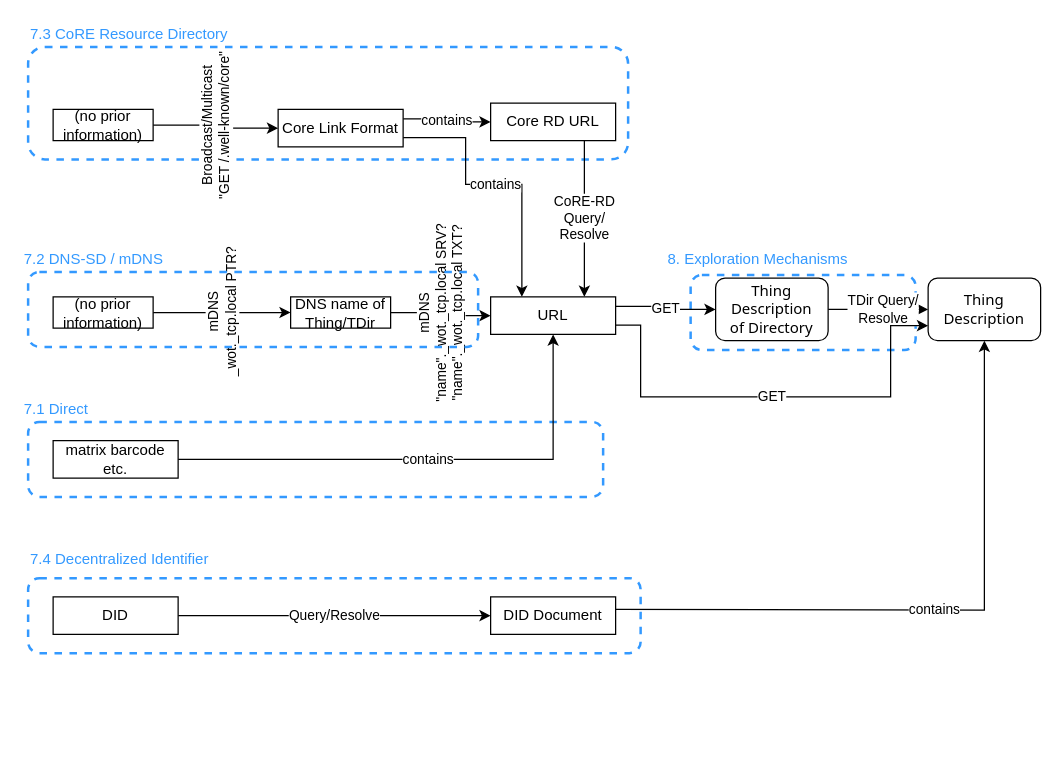
Before: discovery/discovery-lifecycle.drawio in k-toumura/document-for-wot, a draw.io diagram. Source tidied: cells renumbered, new cells numbered last; positions are measured from the earlier drawing's top-left corner, leaving out a move shared by most shapes. Both pictures are drawn from the tidied source at 125%, with x=0, y=0 at pixel (21, 21).
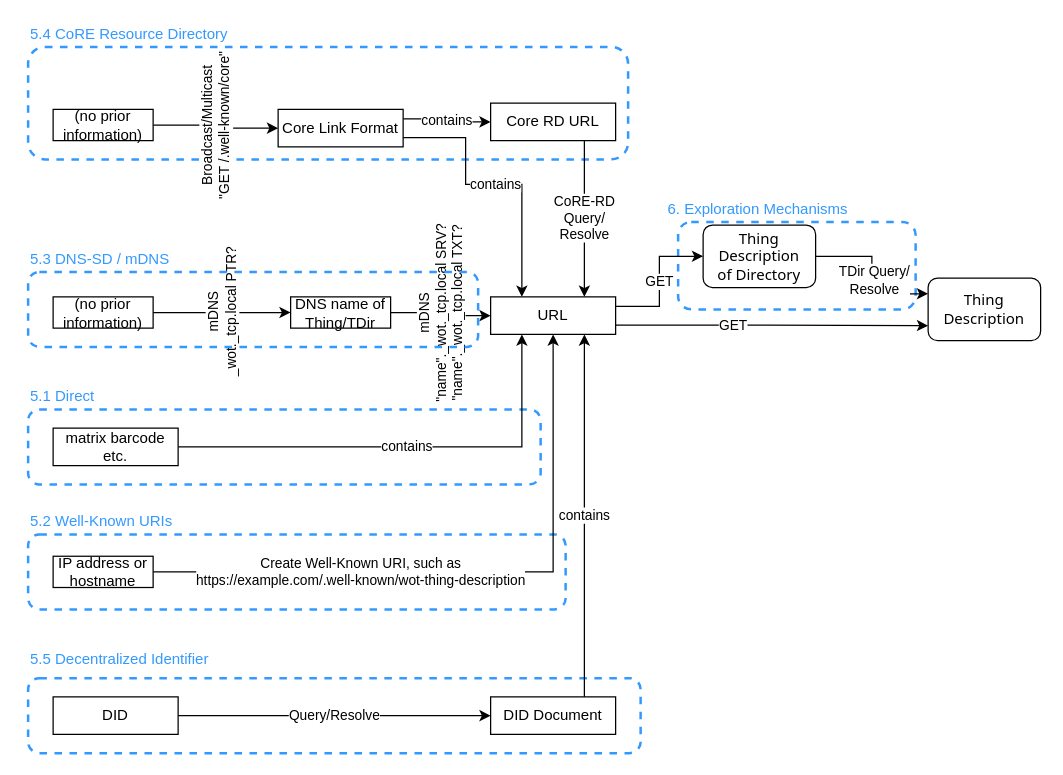
The same page after the edit.

The change refers to these unchanged cells:
```xml
<mxCell id="6" value="&lt;div&gt;Thing&lt;/div&gt;&lt;div&gt;Description&lt;br&gt;&lt;/div&gt;" style="rounded=1;whiteSpace=wrap;html=1;fontFamily=Noto Sans;" parent="1" vertex="1">
  <mxGeometry x="725" y="205" width="90" height="50" as="geometry" />
</mxCell>
<mxCell id="10" value="URL" style="rounded=0;whiteSpace=wrap;html=1;" parent="1" vertex="1">
  <mxGeometry x="375" y="220" width="100" height="30" as="geometry" />
</mxCell>
```

What changed in the source:
```diff
@@
+    <mxCell id="33" style="rounded=1;whiteSpace=wrap;html=1;fillColor=none;strokeWidth=2;dashed=1;strokeColor=#3399FF;" parent="1" vertex="1">
+      <mxGeometry x="5" y="525" width="490" height="60" as="geometry" />
+    </mxCell>
     <mxCell id="2" style="rounded=1;whiteSpace=wrap;html=1;fillColor=none;strokeWidth=2;dashed=1;strokeColor=#3399FF;" parent="1" vertex="1">
-      <mxGeometry x="5" y="320" width="460" height="60" as="geometry" />
+      <mxGeometry x="5" y="310" width="410" height="60" as="geometry" />
     </mxCell>
@@
     <mxCell id="4" style="rounded=1;whiteSpace=wrap;html=1;fillColor=none;strokeWidth=2;dashed=1;strokeColor=#3399FF;" parent="1" vertex="1">
-      <mxGeometry x="535" y="202.5" width="180" height="60" as="geometry" />
+      <mxGeometry x="525" y="160" width="190" height="70" as="geometry" />
     </mxCell>
@@
-    <mxCell id="7" style="edgeStyle=orthogonalEdgeStyle;rounded=0;jettySize=auto;html=1;entryX=0;entryY=0.5;entryDx=0;entryDy=0;exitX=1;exitY=0.5;exitDx=0;exitDy=0;" parent="1" edge="1" source="26" target="6">
+    <mxCell id="7" style="edgeStyle=orthogonalEdgeStyle;rounded=0;jettySize=auto;html=1;entryX=0;entryY=0.25;entryDx=0;entryDy=0;exitX=1;exitY=0.5;exitDx=0;exitDy=0;" parent="1" edge="1" source="26" target="6">
       <mxGeometry relative="1" as="geometry" />
     </mxCell>
@@
     <mxCell id="9" value="&lt;div&gt;GET&lt;/div&gt;" style="edgeStyle=orthogonalEdgeStyle;rounded=0;jettySize=auto;html=1;exitX=1;exitY=0.75;exitDx=0;exitDy=0;" parent="1" edge="1" source="10">
-      <mxGeometry relative="1" as="geometry">
+      <mxGeometry x="-0.25" relative="1" as="geometry">
         <mxPoint x="725" y="243" as="targetPoint" />
         <Array as="points">
-          <mxPoint x="495" y="243" />
-          <mxPoint x="495" y="300" />
-          <mxPoint x="695" y="300" />
-          <mxPoint x="695" y="243" />
+          <mxPoint x="595" y="243" />
+          <mxPoint x="595" y="243" />
         </Array>
       </mxGeometry>
     </mxCell>
@@
     <mxCell id="12" value="DID" style="rounded=0;whiteSpace=wrap;html=1;" parent="1" vertex="1">
-      <mxGeometry x="25" y="460" width="100" height="30" as="geometry" />
+      <mxGeometry x="25" y="540" width="100" height="30" as="geometry" />
     </mxCell>
-    <mxCell id="13" value="contains" style="edgeStyle=orthogonalEdgeStyle;rounded=0;jettySize=auto;html=1;entryX=0.5;entryY=1;entryDx=0;entryDy=0;" parent="1" edge="1" target="6">
-      <mxGeometry relative="1" as="geometry">
-        <mxPoint x="475" y="470" as="sourcePoint" />
-      </mxGeometry>
+    <mxCell id="13" value="contains" style="edgeStyle=orthogonalEdgeStyle;rounded=0;jettySize=auto;html=1;entryX=0.75;entryY=1;entryDx=0;entryDy=0;exitX=0.75;exitY=0;exitDx=0;exitDy=0;" parent="1" edge="1" source="14" target="10">
+      <mxGeometry relative="1" as="geometry" />
     </mxCell>
     <mxCell id="14" value="DID Document" style="rounded=0;whiteSpace=wrap;html=1;" parent="1" vertex="1">
-      <mxGeometry x="375" y="460" width="100" height="30" as="geometry" />
+      <mxGeometry x="375" y="540" width="100" height="30" as="geometry" />
     </mxCell>
@@
-    <mxCell id="24" value="contains" style="edgeStyle=orthogonalEdgeStyle;rounded=0;jettySize=auto;html=1;exitX=1;exitY=0.5;exitDx=0;exitDy=0;entryX=0.5;entryY=1;entryDx=0;entryDy=0;" parent="1" edge="1" source="25" target="10">
+    <mxCell id="24" value="contains" style="edgeStyle=orthogonalEdgeStyle;rounded=0;jettySize=auto;html=1;exitX=1;exitY=0.5;exitDx=0;exitDy=0;entryX=0.25;entryY=1;entryDx=0;entryDy=0;" parent="1" edge="1" source="25" target="10">
       <mxGeometry relative="1" as="geometry" />
     </mxCell>
     <mxCell id="25" value="&lt;div&gt;matrix barcode&lt;/div&gt;&lt;div&gt;etc.&lt;br&gt;&lt;/div&gt;" style="rounded=0;whiteSpace=wrap;html=1;" parent="1" vertex="1">
-      <mxGeometry x="25" y="335" width="100" height="30" as="geometry" />
+      <mxGeometry x="25" y="325" width="100" height="30" as="geometry" />
     </mxCell>
     <mxCell id="26" value="&lt;div&gt;Thing&lt;/div&gt;&lt;div&gt;Description&lt;/div&gt;&lt;div&gt;of Directory&lt;br&gt;&lt;/div&gt;" style="rounded=1;whiteSpace=wrap;html=1;fontFamily=Noto Sans;" parent="1" vertex="1">
-      <mxGeometry x="555" y="205" width="90" height="50" as="geometry" />
+      <mxGeometry x="545" y="162.5" width="90" height="50" as="geometry" />
     </mxCell>
@@
-    <mxCell id="29" value="7.3 CoRE Resource Directory" style="text;html=1;strokeColor=none;fillColor=none;align=left;verticalAlign=middle;whiteSpace=wrap;rounded=0;dashed=1;fontColor=#3399FF;" parent="1" vertex="1">
+    <mxCell id="29" value="5.4 CoRE Resource Directory" style="text;html=1;strokeColor=none;fillColor=none;align=left;verticalAlign=middle;whiteSpace=wrap;rounded=0;dashed=1;fontColor=#3399FF;" parent="1" vertex="1">
       <mxGeometry x="5" width="180" height="20" as="geometry" />
     </mxCell>
@@
-    <mxCell id="31" value="7.2 DNS-SD / mDNS" style="text;html=1;strokeColor=none;fillColor=none;align=left;verticalAlign=middle;whiteSpace=wrap;rounded=0;dashed=1;fontColor=#3399FF;" parent="1" vertex="1">
-      <mxGeometry y="180" width="180" height="20" as="geometry" />
+    <mxCell id="31" value="5.3 DNS-SD / mDNS" style="text;html=1;strokeColor=none;fillColor=none;align=left;verticalAlign=middle;whiteSpace=wrap;rounded=0;dashed=1;fontColor=#3399FF;" parent="1" vertex="1">
+      <mxGeometry x="5" y="180" width="180" height="20" as="geometry" />
     </mxCell>
-    <mxCell id="32" value="7.1 Direct" style="text;html=1;strokeColor=none;fillColor=none;align=left;verticalAlign=middle;whiteSpace=wrap;rounded=0;dashed=1;fontColor=#3399FF;" parent="1" vertex="1">
-      <mxGeometry y="300" width="180" height="20" as="geometry" />
+    <mxCell id="32" value="5.1 Direct" style="text;html=1;strokeColor=none;fillColor=none;align=left;verticalAlign=middle;whiteSpace=wrap;rounded=0;dashed=1;fontColor=#3399FF;" parent="1" vertex="1">
+      <mxGeometry x="5" y="290" width="180" height="20" as="geometry" />
     </mxCell>
-    <mxCell id="33" style="rounded=1;whiteSpace=wrap;html=1;fillColor=none;strokeWidth=2;dashed=1;strokeColor=#3399FF;" parent="1" vertex="1">
-      <mxGeometry x="5" y="445" width="490" height="60" as="geometry" />
-    </mxCell>
-    <mxCell id="34" value="7.4 Decentralized Identifier" style="text;html=1;strokeColor=none;fillColor=none;align=left;verticalAlign=middle;whiteSpace=wrap;rounded=0;dashed=1;fontColor=#3399FF;" parent="1" vertex="1">
-      <mxGeometry x="5" y="420" width="180" height="20" as="geometry" />
+    <mxCell id="34" value="5.5 Decentralized Identifier" style="text;html=1;strokeColor=none;fillColor=none;align=left;verticalAlign=middle;whiteSpace=wrap;rounded=0;dashed=1;fontColor=#3399FF;" parent="1" vertex="1">
+      <mxGeometry x="5" y="500" width="180" height="20" as="geometry" />
     </mxCell>
-    <mxCell id="35" value="8. Exploration Mechanisms" style="text;html=1;strokeColor=none;fillColor=none;align=left;verticalAlign=middle;whiteSpace=wrap;rounded=0;dashed=1;fontColor=#3399FF;" parent="1" vertex="1">
-      <mxGeometry x="515" y="180" width="180" height="20" as="geometry" />
+    <mxCell id="35" value="6. Exploration Mechanisms" style="text;html=1;strokeColor=none;fillColor=none;align=left;verticalAlign=middle;whiteSpace=wrap;rounded=0;dashed=1;fontColor=#3399FF;" parent="1" vertex="1">
+      <mxGeometry x="515" y="140" width="180" height="20" as="geometry" />
     </mxCell>
+    <mxCell id="36" style="rounded=1;whiteSpace=wrap;html=1;fillColor=none;strokeWidth=2;dashed=1;strokeColor=#3399FF;" parent="1" vertex="1">
+      <mxGeometry x="5" y="410" width="430" height="60" as="geometry" />
+    </mxCell>
+    <mxCell id="37" value="Create Well-Known URI, such as&lt;br&gt;https://example.com/.well-known/wot-thing-description" style="edgeStyle=orthogonalEdgeStyle;rounded=0;jettySize=auto;html=1;exitX=1;exitY=0.5;exitDx=0;exitDy=0;entryX=0.5;entryY=1;entryDx=0;entryDy=0;startArrow=none;startFill=0;endArrow=classic;endFill=1;horizontal=1;" parent="1" edge="1" source="38" target="10">
+      <mxGeometry x="-0.35" relative="1" as="geometry" />
+    </mxCell>
+    <mxCell id="38" value="IP address or hostname" style="rounded=0;whiteSpace=wrap;html=1;" parent="1" vertex="1">
+      <mxGeometry x="25" y="427.5" width="80" height="25" as="geometry" />
+    </mxCell>
+    <mxCell id="39" value="5.2 Well-Known URIs" style="text;html=1;strokeColor=none;fillColor=none;align=left;verticalAlign=middle;whiteSpace=wrap;rounded=0;dashed=1;fontColor=#3399FF;" parent="1" vertex="1">
+      <mxGeometry x="5" y="390" width="180" height="20" as="geometry" />
+    </mxCell>
```
